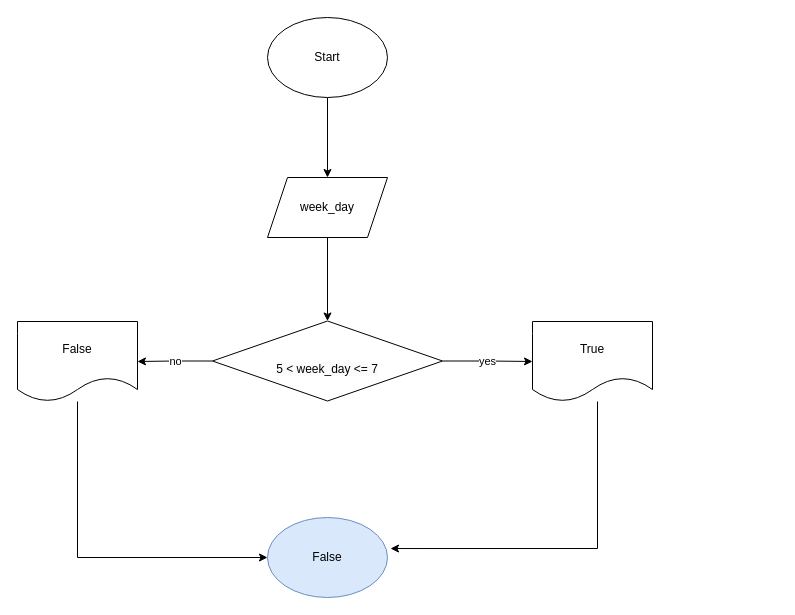
Above: page "is_weekend" (2 of 14) of block-schemes.drawio in yourenoticed/gb (draw.io), before the change. Source tidied: cells renumbered, new cells numbered last; positions are measured from the earlier drawing's top-left corner, leaving out a move shared by most shapes. Both pictures are drawn from the tidied source at 100%, with x=0, y=0 at pixel (17, 17).
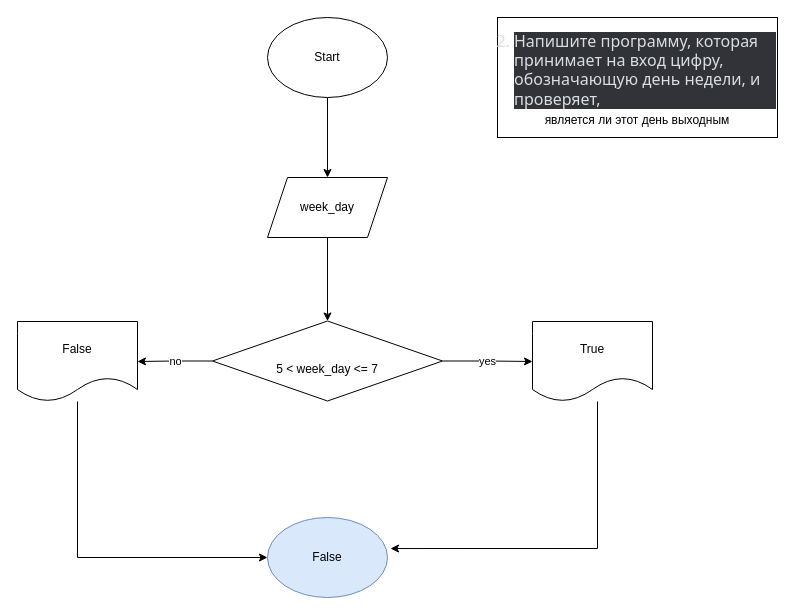
The same page after the edit.

Change to the diagram source:
```diff
@@
 <mxGraphModel>
   <root>
     <mxCell id="0" />
     <mxCell id="1" parent="0" />
     <mxCell id="2" style="edgeStyle=orthogonalEdgeStyle;rounded=0;jettySize=auto;html=1;" parent="1" edge="1" source="3" target="5">
       <mxGeometry relative="1" as="geometry" />
     </mxCell>
     <mxCell id="3" value="Start" style="ellipse;whiteSpace=wrap;html=1;" parent="1" vertex="1">
       <mxGeometry x="250" width="120" height="80" as="geometry" />
     </mxCell>
     <mxCell id="4" style="edgeStyle=orthogonalEdgeStyle;rounded=0;jettySize=auto;html=1;" parent="1" edge="1" source="5" target="8">
       <mxGeometry relative="1" as="geometry" />
     </mxCell>
     <mxCell id="5" value="week_day" style="shape=parallelogram;perimeter=parallelogramPerimeter;whiteSpace=wrap;html=1;fixedSize=1;" parent="1" vertex="1">
       <mxGeometry x="250" y="160" width="120" height="60" as="geometry" />
     </mxCell>
     <mxCell id="6" value="no" style="edgeStyle=orthogonalEdgeStyle;rounded=0;jettySize=auto;html=1;" parent="1" edge="1" source="8" target="12">
       <mxGeometry relative="1" as="geometry" />
     </mxCell>
     <mxCell id="7" value="yes" style="edgeStyle=orthogonalEdgeStyle;rounded=0;jettySize=auto;html=1;" parent="1" edge="1" source="8" target="10">
       <mxGeometry relative="1" as="geometry" />
     </mxCell>
     <mxCell id="8" value="&lt;br&gt;&lt;span style=&quot;color: rgb(0, 0, 0); font-family: Helvetica; font-size: 12px; font-style: normal; font-variant-ligatures: normal; font-variant-caps: normal; font-weight: 400; letter-spacing: normal; orphans: 2; text-align: center; text-indent: 0px; text-transform: none; widows: 2; word-spacing: 0px; -webkit-text-stroke-width: 0px; background-color: rgb(251, 251, 251); text-decoration-thickness: initial; text-decoration-style: initial; text-decoration-color: initial; float: none; display: inline !important;&quot;&gt;5 &amp;lt; week_day &amp;lt;= 7&lt;/span&gt;&lt;br&gt;" style="rhombus;whiteSpace=wrap;html=1;" parent="1" vertex="1">
       <mxGeometry x="195" y="303.5" width="230" height="80" as="geometry" />
     </mxCell>
     <mxCell id="9" style="edgeStyle=orthogonalEdgeStyle;rounded=0;jettySize=auto;html=1;entryX=1.025;entryY=0.388;entryDx=0;entryDy=0;entryPerimeter=0;" parent="1" edge="1" source="10" target="13">
       <mxGeometry relative="1" as="geometry">
         <Array as="points">
           <mxPoint x="580" y="531" />
         </Array>
       </mxGeometry>
     </mxCell>
     <mxCell id="10" value="True" style="shape=document;whiteSpace=wrap;html=1;boundedLbl=1;" parent="1" vertex="1">
       <mxGeometry x="515" y="304" width="120" height="80" as="geometry" />
     </mxCell>
     <mxCell id="11" style="edgeStyle=orthogonalEdgeStyle;rounded=0;jettySize=auto;html=1;entryX=0;entryY=0.5;entryDx=0;entryDy=0;" parent="1" edge="1" source="12" target="13">
       <mxGeometry relative="1" as="geometry">
         <Array as="points">
           <mxPoint x="60" y="540" />
         </Array>
       </mxGeometry>
     </mxCell>
     <mxCell id="12" value="False" style="shape=document;whiteSpace=wrap;html=1;boundedLbl=1;" parent="1" vertex="1">
       <mxGeometry y="304" width="120" height="80" as="geometry" />
     </mxCell>
     <mxCell id="13" value="False" style="ellipse;whiteSpace=wrap;html=1;fillColor=#dae8fc;strokeColor=#6c8ebf;" parent="1" vertex="1">
       <mxGeometry x="250" y="500" width="120" height="80" as="geometry" />
     </mxCell>
+    <mxCell id="14" value="&lt;ol style=&quot;margin: 4px 0px 0px 16px; padding: 0px; border: 0px; font-family: &amp;quot;gg sans&amp;quot;, &amp;quot;Noto Sans&amp;quot;, &amp;quot;Helvetica Neue&amp;quot;, Helvetica, Arial, sans-serif; font-size: 16px; vertical-align: baseline; list-style-position: outside; list-style-image: initial; color: rgb(219, 222, 225); text-align: left; background-color: rgb(49, 51, 56);&quot; start=&quot;2&quot;&gt;&lt;li style=&quot;margin: 0px 0px 4px; padding: 0px; border: 0px; font-weight: inherit; font-style: inherit; font-family: inherit; vertical-align: baseline;&quot;&gt;Напишите программу, которая принимает на вход цифру, обозначающую день недели, и проверяет,&lt;/li&gt;&lt;/ol&gt;является ли этот день выходным" style="whiteSpace=wrap;html=1;strokeColor=#000000;" parent="1" vertex="1">
+      <mxGeometry x="480" width="280" height="120" as="geometry" />
+    </mxCell>
   </root>
 </mxGraphModel>
```
